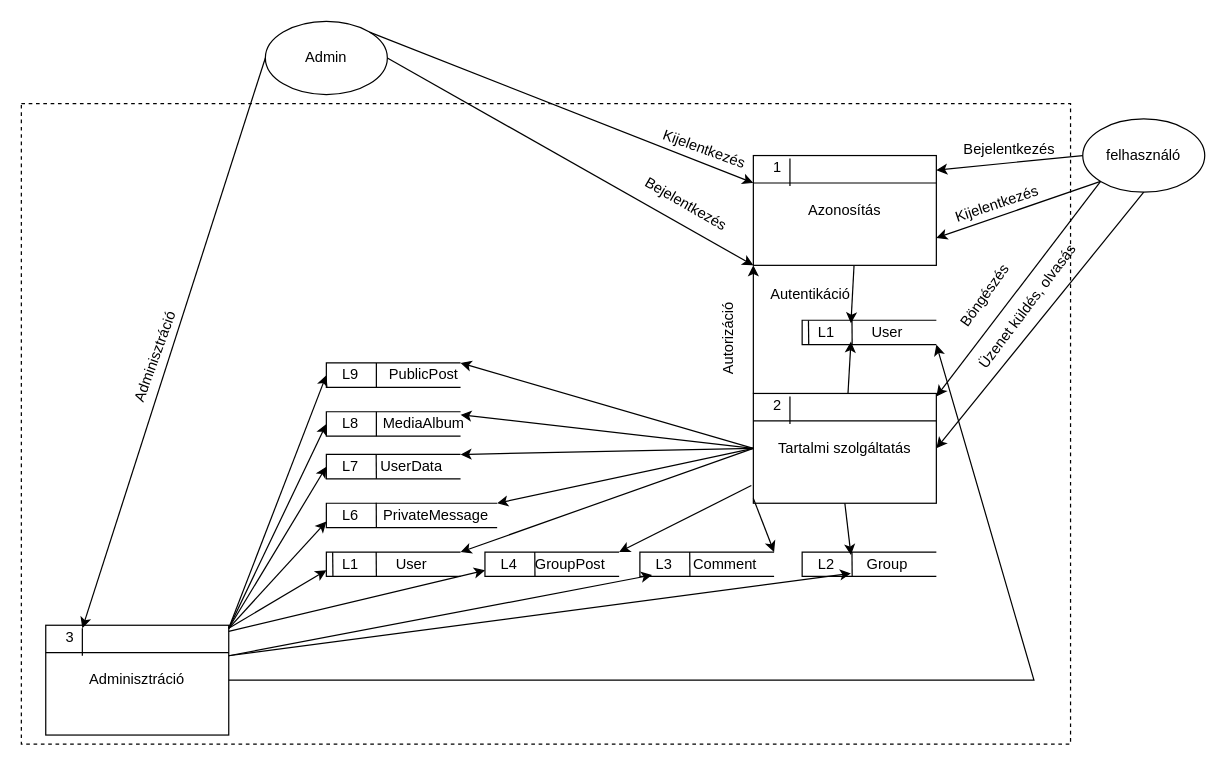
Earlier version of the draw.io diagram documentation/diagrams/adatfolyam diagram L.drawio (AasinR/post-request). Source tidied: cells renumbered, new cells numbered last; positions are measured from the earlier drawing's top-left corner, leaving out a move shared by most shapes. Both pictures are drawn from the tidied source at 122%, with x=0, y=0 at pixel (21, 21).
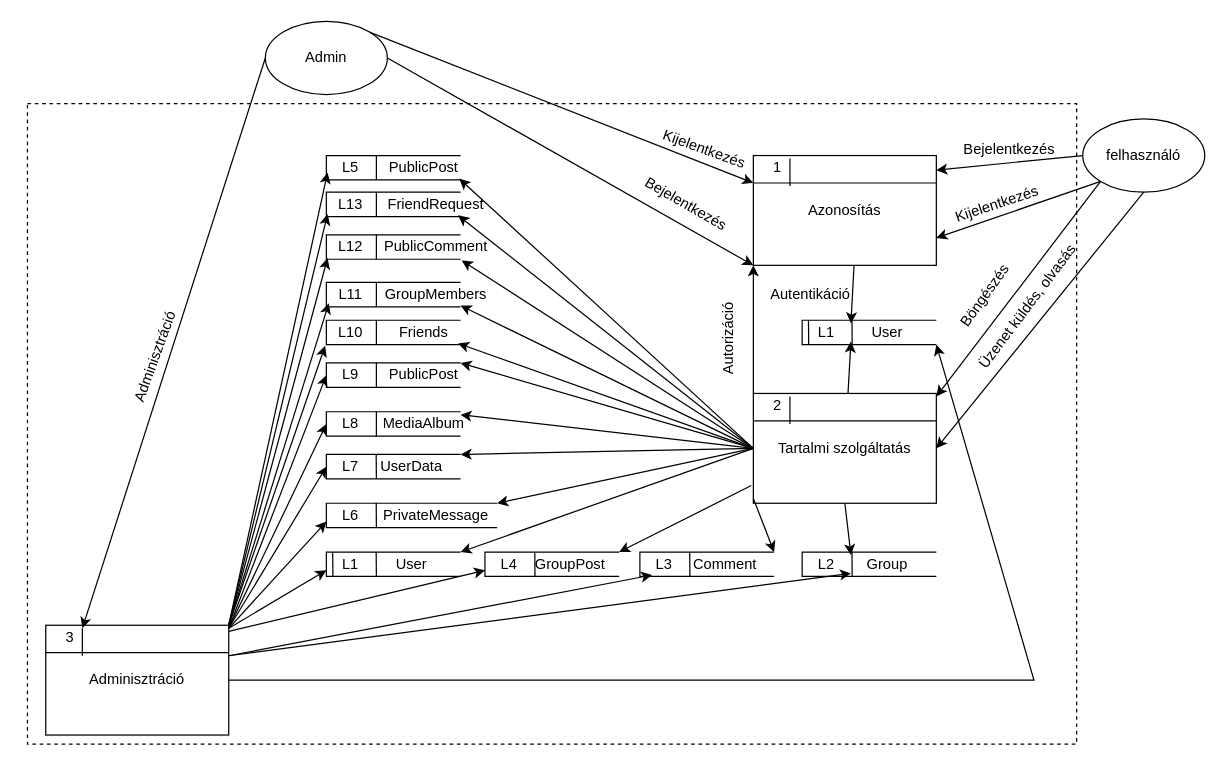
Above is the later version.

Unchanged cells that the change refers to:
```xml
<mxCell id="13" value="Tartalmi szolgáltatás" style="rounded=0;whiteSpace=wrap;html=1;fillColor=default;" parent="1" vertex="1">
  <mxGeometry x="600" y="305" width="150" height="90" as="geometry" />
</mxCell>
<mxCell id="69" value="Adminisztráció" style="rounded=0;whiteSpace=wrap;html=1;fillColor=default;" parent="1" vertex="1">
  <mxGeometry x="20" y="495" width="150" height="90" as="geometry" />
</mxCell>
```

The edit, as a diff of the source:
```diff
@@
     <mxCell id="2" style="rounded=0;whiteSpace=wrap;html=1;fontSize=12;strokeWidth=1;fillColor=none;dashed=1;" parent="1" vertex="1">
-      <mxGeometry y="67.5" width="860" height="525" as="geometry" />
+      <mxGeometry x="5" y="67.5" width="860" height="525" as="geometry" />
     </mxCell>
@@
+    <mxCell id="91" style="strokeWidth=1;html=1;shape=mxgraph.flowchart.annotation_1;align=left;fillColor=#FFFFFF;" parent="1" vertex="1">
+      <mxGeometry x="250" y="245" width="110" height="20" as="geometry" />
+    </mxCell>
+    <mxCell id="92" style="endArrow=none;html=1;rounded=0;" parent="1" edge="1">
+      <mxGeometry relative="1" as="geometry">
+        <mxPoint x="291" y="265" as="sourcePoint" />
+        <mxPoint x="291" y="245" as="targetPoint" />
+      </mxGeometry>
+    </mxCell>
+    <mxCell id="93" value="L10" style="text;html=1;strokeColor=none;fillColor=none;align=center;verticalAlign=middle;whiteSpace=wrap;rounded=0;" parent="1" vertex="1">
+      <mxGeometry x="240" y="240" width="60" height="30" as="geometry" />
+    </mxCell>
+    <mxCell id="94" value="Friends" style="text;html=1;strokeColor=none;fillColor=none;align=center;verticalAlign=middle;whiteSpace=wrap;rounded=0;" parent="1" vertex="1">
+      <mxGeometry x="300" y="240" width="60" height="30" as="geometry" />
+    </mxCell>
+    <mxCell id="95" style="endArrow=classic;html=1;rounded=0;exitX=0;exitY=0.5;exitDx=0;exitDy=0;" parent="1" edge="1" source="13">
+      <mxGeometry relative="1" as="geometry">
+        <mxPoint x="358" y="264" as="targetPoint" />
+      </mxGeometry>
+    </mxCell>
+    <mxCell id="96" style="endArrow=classic;html=1;rounded=0;exitX=1;exitY=0;exitDx=0;exitDy=0;" parent="1" edge="1" source="69">
+      <mxGeometry relative="1" as="geometry">
+        <mxPoint x="249" y="266" as="targetPoint" />
+      </mxGeometry>
+    </mxCell>
+    <mxCell id="97" style="strokeWidth=1;html=1;shape=mxgraph.flowchart.annotation_1;align=left;fillColor=#FFFFFF;" parent="1" vertex="1">
+      <mxGeometry x="250" y="214" width="110" height="20" as="geometry" />
+    </mxCell>
+    <mxCell id="98" style="endArrow=none;html=1;rounded=0;" parent="1" edge="1">
+      <mxGeometry relative="1" as="geometry">
+        <mxPoint x="291" y="234" as="sourcePoint" />
+        <mxPoint x="291" y="214" as="targetPoint" />
+      </mxGeometry>
+    </mxCell>
+    <mxCell id="99" value="L11" style="text;html=1;strokeColor=none;fillColor=none;align=center;verticalAlign=middle;whiteSpace=wrap;rounded=0;" parent="1" vertex="1">
+      <mxGeometry x="240" y="209" width="60" height="30" as="geometry" />
+    </mxCell>
+    <mxCell id="100" value="GroupMembers" style="text;html=1;strokeColor=none;fillColor=none;align=center;verticalAlign=middle;whiteSpace=wrap;rounded=0;" parent="1" vertex="1">
+      <mxGeometry x="310" y="209" width="60" height="30" as="geometry" />
+    </mxCell>
+    <mxCell id="101" style="strokeWidth=1;html=1;shape=mxgraph.flowchart.annotation_1;align=left;fillColor=#FFFFFF;" parent="1" vertex="1">
+      <mxGeometry x="250" y="175" width="110" height="20" as="geometry" />
+    </mxCell>
+    <mxCell id="102" style="endArrow=none;html=1;rounded=0;" parent="1" edge="1">
+      <mxGeometry relative="1" as="geometry">
+        <mxPoint x="291" y="195" as="sourcePoint" />
+        <mxPoint x="291" y="175" as="targetPoint" />
+      </mxGeometry>
+    </mxCell>
+    <mxCell id="103" value="L12" style="text;html=1;strokeColor=none;fillColor=none;align=center;verticalAlign=middle;whiteSpace=wrap;rounded=0;" parent="1" vertex="1">
+      <mxGeometry x="240" y="170" width="60" height="30" as="geometry" />
+    </mxCell>
+    <mxCell id="104" value="PublicComment" style="text;html=1;strokeColor=none;fillColor=none;align=center;verticalAlign=middle;whiteSpace=wrap;rounded=0;" parent="1" vertex="1">
+      <mxGeometry x="310" y="170" width="60" height="30" as="geometry" />
+    </mxCell>
+    <mxCell id="105" style="strokeWidth=1;html=1;shape=mxgraph.flowchart.annotation_1;align=left;fillColor=#FFFFFF;" parent="1" vertex="1">
+      <mxGeometry x="250" y="140" width="110" height="20" as="geometry" />
+    </mxCell>
+    <mxCell id="106" style="endArrow=none;html=1;rounded=0;" parent="1" edge="1">
+      <mxGeometry relative="1" as="geometry">
+        <mxPoint x="291" y="160" as="sourcePoint" />
+        <mxPoint x="291" y="140" as="targetPoint" />
+      </mxGeometry>
+    </mxCell>
+    <mxCell id="107" value="L13" style="text;html=1;strokeColor=none;fillColor=none;align=center;verticalAlign=middle;whiteSpace=wrap;rounded=0;" parent="1" vertex="1">
+      <mxGeometry x="240" y="135" width="60" height="30" as="geometry" />
+    </mxCell>
+    <mxCell id="108" value="FriendRequest" style="text;html=1;strokeColor=none;fillColor=none;align=center;verticalAlign=middle;whiteSpace=wrap;rounded=0;" parent="1" vertex="1">
+      <mxGeometry x="310" y="135" width="60" height="30" as="geometry" />
+    </mxCell>
+    <mxCell id="109" style="strokeWidth=1;html=1;shape=mxgraph.flowchart.annotation_1;align=left;fillColor=#FFFFFF;" parent="1" vertex="1">
+      <mxGeometry x="250" y="110" width="110" height="20" as="geometry" />
+    </mxCell>
+    <mxCell id="110" style="endArrow=none;html=1;rounded=0;" parent="1" edge="1">
+      <mxGeometry relative="1" as="geometry">
+        <mxPoint x="291" y="130" as="sourcePoint" />
+        <mxPoint x="291" y="110" as="targetPoint" />
+      </mxGeometry>
+    </mxCell>
+    <mxCell id="111" value="L5" style="text;html=1;strokeColor=none;fillColor=none;align=center;verticalAlign=middle;whiteSpace=wrap;rounded=0;" parent="1" vertex="1">
+      <mxGeometry x="240" y="105" width="60" height="30" as="geometry" />
+    </mxCell>
+    <mxCell id="112" value="PublicPost" style="text;html=1;strokeColor=none;fillColor=none;align=center;verticalAlign=middle;whiteSpace=wrap;rounded=0;" parent="1" vertex="1">
+      <mxGeometry x="300" y="105" width="60" height="30" as="geometry" />
+    </mxCell>
+    <mxCell id="113" style="endArrow=classic;html=1;rounded=0;exitX=1;exitY=0;exitDx=0;exitDy=0;" parent="1" edge="1" source="69">
+      <mxGeometry relative="1" as="geometry">
+        <mxPoint x="252" y="231" as="targetPoint" />
+      </mxGeometry>
+    </mxCell>
+    <mxCell id="114" style="endArrow=classic;html=1;rounded=0;exitX=1;exitY=0;exitDx=0;exitDy=0;" parent="1" edge="1" source="69">
+      <mxGeometry relative="1" as="geometry">
+        <mxPoint x="251" y="194" as="targetPoint" />
+      </mxGeometry>
+    </mxCell>
+    <mxCell id="115" style="endArrow=classic;html=1;rounded=0;exitX=1;exitY=0;exitDx=0;exitDy=0;" parent="1" edge="1" source="69">
+      <mxGeometry relative="1" as="geometry">
+        <mxPoint x="251" y="158" as="targetPoint" />
+      </mxGeometry>
+    </mxCell>
+    <mxCell id="116" style="endArrow=classic;html=1;rounded=0;exitX=1;exitY=0;exitDx=0;exitDy=0;" parent="1" edge="1" source="69">
+      <mxGeometry relative="1" as="geometry">
+        <mxPoint x="251" y="124" as="targetPoint" />
+      </mxGeometry>
+    </mxCell>
+    <mxCell id="117" style="endArrow=classic;html=1;rounded=0;exitX=0;exitY=0.5;exitDx=0;exitDy=0;" parent="1" edge="1" source="13">
+      <mxGeometry relative="1" as="geometry">
+        <mxPoint x="360" y="233" as="targetPoint" />
+      </mxGeometry>
+    </mxCell>
+    <mxCell id="118" style="endArrow=classic;html=1;rounded=0;exitX=0;exitY=0.5;exitDx=0;exitDy=0;" parent="1" edge="1" source="13">
+      <mxGeometry relative="1" as="geometry">
+        <mxPoint x="361" y="196" as="targetPoint" />
+      </mxGeometry>
+    </mxCell>
+    <mxCell id="119" style="endArrow=classic;html=1;rounded=0;exitX=0;exitY=0.5;exitDx=0;exitDy=0;" parent="1" edge="1" source="13">
+      <mxGeometry relative="1" as="geometry">
+        <mxPoint x="358" y="159" as="targetPoint" />
+      </mxGeometry>
+    </mxCell>
+    <mxCell id="120" style="endArrow=classic;html=1;rounded=0;exitX=0;exitY=0.5;exitDx=0;exitDy=0;" parent="1" edge="1" source="13">
+      <mxGeometry relative="1" as="geometry">
+        <mxPoint x="359" y="129" as="targetPoint" />
+      </mxGeometry>
+    </mxCell>
```
